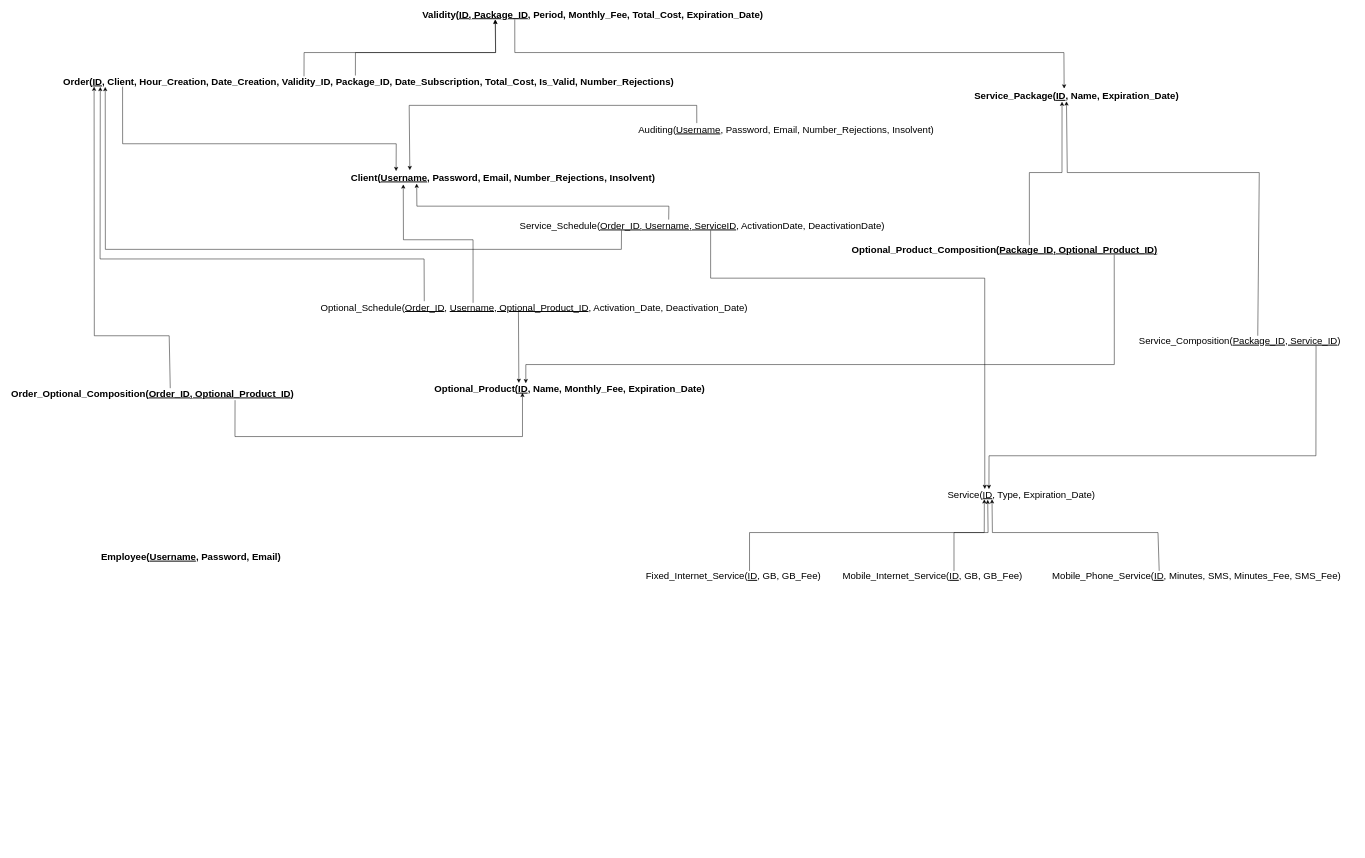
The draw.io diagram page "Logic" (3 of 9) of diagrams/Interaction_diagram.drawio in mark-2389/TelcoService_SC42, before the edit. Source tidied: cells renumbered, new cells numbered last; positions are measured from the earlier drawing's top-left corner, leaving out a move shared by most shapes. Both pictures are drawn from the tidied source at 48%, with x=0, y=0 at pixel (8, 9).
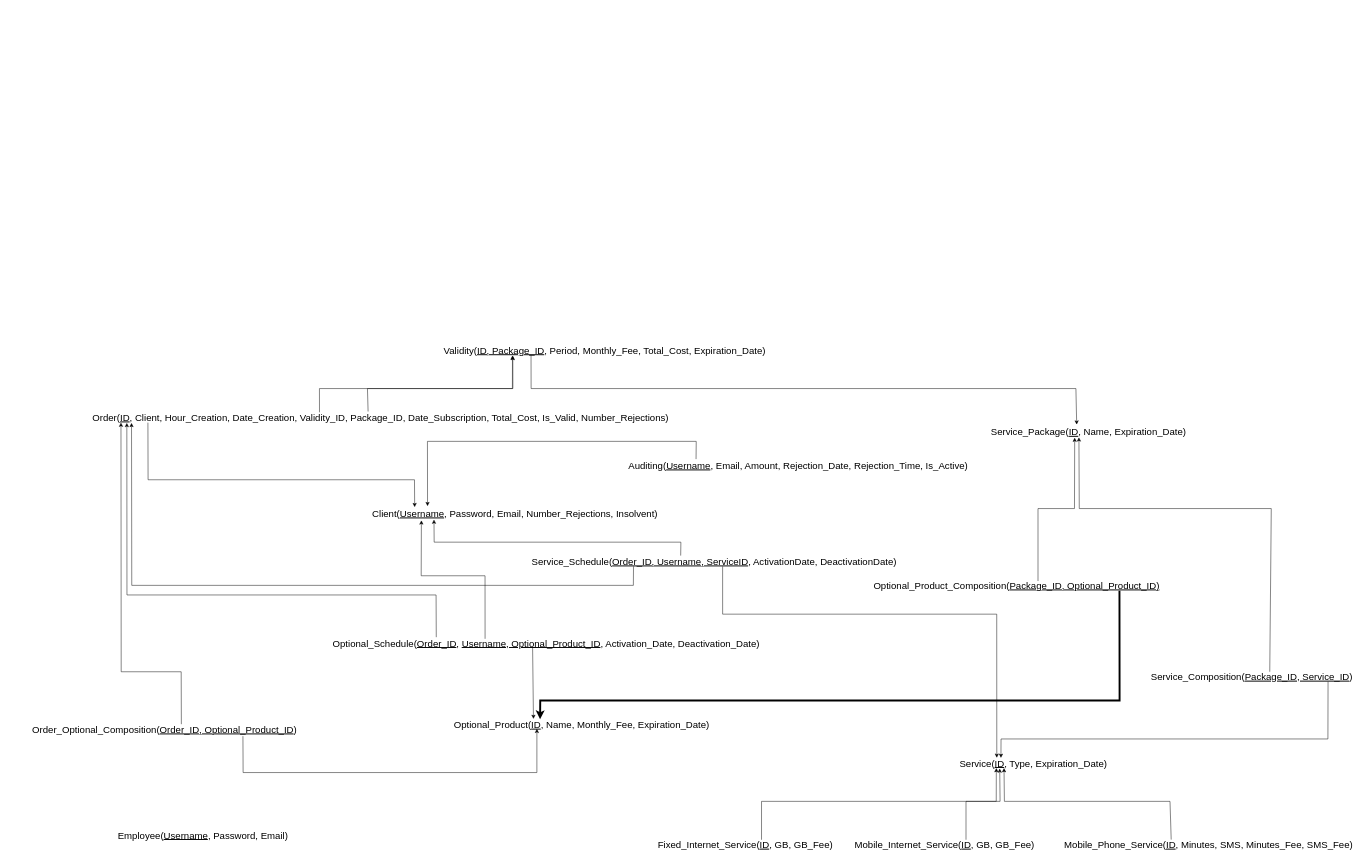
After the change.

Commit message (it also covers changes not shown here):
Fix errors in ER/Logic diagrams. Add page diagram for employee.

Change to the diagram source:
```diff
@@
-    <mxCell id="2" value="&lt;font style=&quot;font-size: 20px&quot;&gt;Client(&lt;u&gt;Username&lt;/u&gt;, Password, Email, Number_Rejections, Insolvent)&lt;/font&gt;" style="text;html=1;align=center;verticalAlign=middle;points=[];strokeColor=none;fillColor=none;fontStyle=1;" parent="1" vertex="1">
-      <mxGeometry x="705" y="340" width="650" height="20" as="geometry" />
+    <mxCell id="2" value="&lt;font style=&quot;font-size: 20px&quot;&gt;Client(&lt;u&gt;Username&lt;/u&gt;, Password, Email, Number_Rejections, Insolvent)&lt;/font&gt;" style="text;html=1;align=center;verticalAlign=middle;points=[];strokeColor=none;fillColor=none;fontStyle=0;" parent="1" vertex="1">
+      <mxGeometry x="750" y="1040" width="610" height="20" as="geometry" />
     </mxCell>
-    <mxCell id="3" value="&lt;font style=&quot;font-size: 20px&quot;&gt;Order(&lt;u&gt;ID&lt;/u&gt;, Client, Hour_Creation, Date_Creation, Validity_ID, Package_ID, Date_Subscription, Total_Cost, Is_Valid, Number_Rejections)&lt;/font&gt;" style="text;html=1;align=center;verticalAlign=middle;points=[];strokeColor=none;fillColor=none;fontStyle=1;" parent="1" vertex="1">
-      <mxGeometry x="105" y="140" width="1290" height="20" as="geometry" />
+    <mxCell id="3" value="&lt;font style=&quot;font-size: 20px&quot;&gt;Order(&lt;u&gt;ID&lt;/u&gt;, Client, Hour_Creation, Date_Creation, Validity_ID, Package_ID, Date_Subscription, Total_Cost, Is_Valid, Number_Rejections)&lt;/font&gt;" style="text;html=1;align=center;verticalAlign=middle;points=[];strokeColor=none;fillColor=none;fontStyle=0;" parent="1" vertex="1">
+      <mxGeometry x="165" y="840" width="1220" height="20" as="geometry" />
     </mxCell>
-    <mxCell id="4" value="&lt;font style=&quot;font-size: 20px&quot;&gt;Validity(&lt;u&gt;ID, Package_ID&lt;/u&gt;, Period, Monthly_Fee, Total_Cost, Expiration_Date)&lt;/font&gt;" style="text;html=1;align=center;verticalAlign=middle;points=[];strokeColor=none;fillColor=none;fontStyle=1;" parent="1" vertex="1">
-      <mxGeometry x="852" width="730" height="20" as="geometry" />
+    <mxCell id="4" value="&lt;font style=&quot;font-size: 20px&quot;&gt;Validity(&lt;u&gt;ID, Package_ID&lt;/u&gt;, Period, Monthly_Fee, Total_Cost, Expiration_Date)&lt;/font&gt;" style="text;html=1;align=center;verticalAlign=middle;points=[];strokeColor=none;fillColor=none;fontStyle=0;" parent="1" vertex="1">
+      <mxGeometry x="897" y="700" width="690" height="20" as="geometry" />
     </mxCell>
-    <mxCell id="5" value="&lt;div&gt;&lt;div&gt;&lt;div&gt;&lt;div style=&quot;text-align: left&quot;&gt;&lt;span style=&quot;font-size: 20px&quot;&gt;Service_Package(&lt;/span&gt;&lt;u style=&quot;font-size: 20px&quot;&gt;ID&lt;/u&gt;&lt;span style=&quot;font-size: 20px&quot;&gt;, Name&lt;/span&gt;&lt;span style=&quot;font-size: 20px ; text-align: center&quot;&gt;, Expiration_Date&lt;/span&gt;&lt;span style=&quot;font-size: 20px&quot;&gt;)&lt;/span&gt;&lt;/div&gt;&lt;/div&gt;&lt;/div&gt;&lt;/div&gt;" style="text;html=1;align=center;verticalAlign=middle;points=[];strokeColor=none;fillColor=none;fontStyle=1;" parent="1" vertex="1">
-      <mxGeometry x="2005" y="170" width="440" height="20" as="geometry" />
+    <mxCell id="5" value="&lt;div&gt;&lt;div&gt;&lt;div&gt;&lt;div style=&quot;text-align: left&quot;&gt;&lt;span style=&quot;font-size: 20px&quot;&gt;Service_Package(&lt;/span&gt;&lt;u style=&quot;font-size: 20px&quot;&gt;ID&lt;/u&gt;&lt;span style=&quot;font-size: 20px&quot;&gt;, Name&lt;/span&gt;&lt;span style=&quot;font-size: 20px ; text-align: center&quot;&gt;, Expiration_Date&lt;/span&gt;&lt;span style=&quot;font-size: 20px&quot;&gt;)&lt;/span&gt;&lt;/div&gt;&lt;/div&gt;&lt;/div&gt;&lt;/div&gt;" style="text;html=1;align=center;verticalAlign=middle;points=[];strokeColor=none;fillColor=none;fontStyle=0;" parent="1" vertex="1">
+      <mxGeometry x="2040" y="870" width="420" height="20" as="geometry" />
     </mxCell>
     <mxCell id="6" value="&lt;font style=&quot;font-size: 20px&quot;&gt;Service(&lt;u&gt;ID&lt;/u&gt;, Type, Expiration_Date)&lt;/font&gt;" style="text;html=1;align=center;verticalAlign=middle;points=[];strokeColor=none;fillColor=none;fontStyle=0;" parent="1" vertex="1">
-      <mxGeometry x="1950" y="1000" width="320" height="20" as="geometry" />
+      <mxGeometry x="1975" y="1560" width="320" height="20" as="geometry" />
     </mxCell>
     <mxCell id="7" value="&lt;font style=&quot;font-size: 20px ; font-weight: normal&quot;&gt;Mobile_Phone_Service(&lt;u&gt;ID&lt;/u&gt;, Minutes, SMS, Minutes_Fee, SMS_Fee)&lt;/font&gt;" style="text;html=1;align=center;verticalAlign=middle;points=[];strokeColor=none;fillColor=none;fontStyle=1;" parent="1" vertex="1">
-      <mxGeometry x="2165" y="1170" width="620" height="20" as="geometry" />
+      <mxGeometry x="2190" y="1730" width="620" height="20" as="geometry" />
     </mxCell>
-    <mxCell id="8" value="&lt;font style=&quot;font-size: 20px&quot;&gt;Optional_Product(&lt;u&gt;ID&lt;/u&gt;, Name, Monthly_Fee, Expiration_Date)&lt;/font&gt;" style="text;html=1;align=center;verticalAlign=middle;points=[];strokeColor=none;fillColor=none;fontStyle=1;" parent="1" vertex="1">
-      <mxGeometry x="879" y="780" width="580" height="20" as="geometry" />
+    <mxCell id="8" value="&lt;font style=&quot;font-size: 20px&quot;&gt;Optional_Product(&lt;u&gt;ID&lt;/u&gt;, Name, Monthly_Fee, Expiration_Date)&lt;/font&gt;" style="text;html=1;align=center;verticalAlign=middle;points=[];strokeColor=none;fillColor=none;fontStyle=0;" parent="1" vertex="1">
+      <mxGeometry x="919" y="1480" width="550" height="20" as="geometry" />
     </mxCell>
     <mxCell id="9" value="&lt;font style=&quot;font-size: 20px&quot;&gt;Service_Composition(&lt;u&gt;Package_ID, Service_ID&lt;/u&gt;)&lt;/font&gt;" style="text;html=1;align=center;verticalAlign=middle;points=[];strokeColor=none;fillColor=none;fontStyle=0;" parent="1" vertex="1">
-      <mxGeometry x="2345" y="680" width="440" height="20" as="geometry" />
+      <mxGeometry x="2370" y="1380" width="440" height="20" as="geometry" />
     </mxCell>
     <mxCell id="10" value="&lt;font style=&quot;font-size: 20px&quot;&gt;Optional_Schedule(&lt;u&gt;Order_ID&lt;/u&gt;,&amp;nbsp;&lt;u&gt;Username, Optional_Product_ID&lt;/u&gt;, Activation_Date, Deactivation_Date)&lt;/font&gt;" style="text;html=1;align=center;verticalAlign=middle;points=[];strokeColor=none;fillColor=none;" parent="1" vertex="1">
-      <mxGeometry x="645" y="610" width="900" height="20" as="geometry" />
+      <mxGeometry x="670" y="1310" width="900" height="20" as="geometry" />
     </mxCell>
-    <mxCell id="11" value="&lt;font style=&quot;font-size: 20px&quot;&gt;Auditing(&lt;u&gt;Username&lt;/u&gt;, Password, Email, Number_Rejections, Insolvent)&lt;/font&gt;" style="text;html=1;align=center;verticalAlign=middle;points=[];strokeColor=none;fillColor=none;" parent="1" vertex="1">
-      <mxGeometry x="1305" y="240" width="630" height="20" as="geometry" />
+    <mxCell id="11" value="&lt;font style=&quot;font-size: 20px&quot;&gt;Auditing(&lt;u&gt;Username&lt;/u&gt;, Email, Amount, Rejection_Date, Rejection_Time, Is_Active)&lt;/font&gt;" style="text;html=1;align=center;verticalAlign=middle;points=[];strokeColor=none;fillColor=none;" parent="1" vertex="1">
+      <mxGeometry x="1285" y="940" width="720" height="20" as="geometry" />
     </mxCell>
     <mxCell id="12" style="endArrow=classic;html=1;rounded=0;fontSize=20;entryX=0.158;entryY=-0.15;entryDx=0;entryDy=0;entryPerimeter=0;exitX=0.103;exitY=1.05;exitDx=0;exitDy=0;exitPerimeter=0;" parent="1" edge="1" source="3" target="2">
       <mxGeometry relative="1" as="geometry">
         <Array as="points">
-          <mxPoint x="238" y="280" />
-          <mxPoint x="808" y="280" />
+          <mxPoint x="291" y="980" />
+          <mxPoint x="846" y="980" />
         </Array>
       </mxGeometry>
     </mxCell>
     <mxCell id="13" style="endArrow=classic;html=1;rounded=0;fontSize=20;entryX=0.223;entryY=1.1;entryDx=0;entryDy=0;entryPerimeter=0;exitX=0.396;exitY=-0.025;exitDx=0;exitDy=0;exitPerimeter=0;" parent="1" edge="1" source="3" target="4">
       <mxGeometry relative="1" as="geometry">
         <Array as="points">
-          <mxPoint x="616" y="90" />
-          <mxPoint x="1015" y="90" />
+          <mxPoint x="648" y="790" />
+          <mxPoint x="1051" y="790" />
         </Array>
       </mxGeometry>
     </mxCell>
     <mxCell id="14" style="endArrow=classic;html=1;rounded=0;fontSize=20;entryX=0.442;entryY=-0.25;entryDx=0;entryDy=0;entryPerimeter=0;exitX=0.278;exitY=1.043;exitDx=0;exitDy=0;exitPerimeter=0;" parent="1" edge="1" source="4" target="5">
       <mxGeometry relative="1" as="geometry">
         <Array as="points">
-          <mxPoint x="1055" y="90" />
-          <mxPoint x="2199" y="90" />
+          <mxPoint x="1089" y="790" />
+          <mxPoint x="2224" y="790" />
         </Array>
       </mxGeometry>
     </mxCell>
     <mxCell id="15" value="&lt;font style=&quot;font-size: 20px&quot;&gt;Mobile_Internet_Service(&lt;u&gt;ID&lt;/u&gt;, GB, GB_Fee)&lt;/font&gt;" style="text;html=1;align=center;verticalAlign=middle;strokeColor=none;fillColor=none;fontStyle=0;" parent="1" vertex="1">
-      <mxGeometry x="1730" y="1170" width="390" height="20" as="geometry" />
+      <mxGeometry x="1755" y="1730" width="390" height="20" as="geometry" />
     </mxCell>
     <mxCell id="16" style="endArrow=classic;html=1;rounded=0;fontSize=20;entryX=0.282;entryY=1.083;entryDx=0;entryDy=0;entryPerimeter=0;" parent="1" edge="1" target="6">
       <mxGeometry relative="1" as="geometry">
-        <mxPoint x="1970" y="1170" as="sourcePoint" />
+        <mxPoint x="1995" y="1730" as="sourcePoint" />
         <Array as="points">
-          <mxPoint x="1970" y="1090" />
-          <mxPoint x="2041" y="1090" />
+          <mxPoint x="1995" y="1650" />
+          <mxPoint x="2066" y="1650" />
         </Array>
       </mxGeometry>
     </mxCell>
     <mxCell id="17" style="endArrow=classic;html=1;rounded=0;fontSize=20;exitX=0.375;exitY=-0.017;exitDx=0;exitDy=0;exitPerimeter=0;entryX=0.31;entryY=1.033;entryDx=0;entryDy=0;entryPerimeter=0;" parent="1" edge="1" source="7" target="6">
       <mxGeometry relative="1" as="geometry">
         <Array as="points">
-          <mxPoint x="2395" y="1090" />
-          <mxPoint x="2050" y="1090" />
+          <mxPoint x="2420" y="1650" />
+          <mxPoint x="2075" y="1650" />
         </Array>
       </mxGeometry>
     </mxCell>
     <mxCell id="18" style="endArrow=classic;html=1;rounded=0;fontSize=12;exitX=0.586;exitY=0;exitDx=0;exitDy=0;exitPerimeter=0;entryX=0.453;entryY=1.083;entryDx=0;entryDy=0;entryPerimeter=0;" parent="1" edge="1" source="9" target="5">
       <mxGeometry relative="1" as="geometry">
         <Array as="points">
-          <mxPoint x="2606" y="340" />
-          <mxPoint x="2206" y="340" />
+          <mxPoint x="2631" y="1040" />
+          <mxPoint x="2231" y="1040" />
         </Array>
       </mxGeometry>
     </mxCell>
     <mxCell id="19" style="endArrow=classic;html=1;rounded=0;fontSize=12;exitX=0.862;exitY=1.033;exitDx=0;exitDy=0;exitPerimeter=0;entryX=0.29;entryY=-0.029;entryDx=0;entryDy=0;entryPerimeter=0;" parent="1" edge="1" source="9" target="6">
       <mxGeometry relative="1" as="geometry">
         <Array as="points">
-          <mxPoint x="2724" y="930" />
-          <mxPoint x="2043" y="930" />
+          <mxPoint x="2749" y="1520" />
+          <mxPoint x="2068" y="1520" />
         </Array>
       </mxGeometry>
     </mxCell>
-    <mxCell id="20" style="endArrow=classic;html=1;rounded=0;fontSize=12;exitX=0.852;exitY=1.05;exitDx=0;exitDy=0;exitPerimeter=0;entryX=0.343;entryY=-0.057;entryDx=0;entryDy=0;entryPerimeter=0;" parent="1" edge="1" source="21" target="8">
+    <mxCell id="20" style="endArrow=classic;html=1;rounded=0;fontSize=12;exitX=0.852;exitY=1.05;exitDx=0;exitDy=0;exitPerimeter=0;entryX=0.343;entryY=-0.057;entryDx=0;entryDy=0;entryPerimeter=0;fontStyle=1;strokeWidth=4;" parent="1" edge="1" source="21" target="8">
       <mxGeometry relative="1" as="geometry">
         <Array as="points">
-          <mxPoint x="2304" y="740" />
-          <mxPoint x="1078" y="740" />
+          <mxPoint x="2315" y="1440" />
+          <mxPoint x="1108" y="1440" />
         </Array>
       </mxGeometry>
     </mxCell>
-    <mxCell id="21" value="&lt;font style=&quot;font-size: 20px&quot;&gt;Optional_Product_Composition(&lt;u&gt;Package_ID, Optional_Product_ID)&lt;/u&gt;&lt;/font&gt;" style="text;html=1;align=center;verticalAlign=middle;points=[];strokeColor=none;fillColor=none;fontStyle=1;" parent="1" vertex="1">
-      <mxGeometry x="1750" y="490" width="650" height="20" as="geometry" />
+    <mxCell id="21" value="&lt;font style=&quot;font-size: 20px&quot;&gt;Optional_Product_Composition(&lt;u&gt;Package_ID, Optional_Product_ID)&lt;/u&gt;&lt;/font&gt;" style="text;html=1;align=center;verticalAlign=middle;points=[];strokeColor=none;fillColor=none;fontStyle=0;" parent="1" vertex="1">
+      <mxGeometry x="1795" y="1190" width="610" height="20" as="geometry" />
     </mxCell>
-    <mxCell id="22" style="endArrow=classic;html=1;rounded=0;fontSize=12;exitX=0.58;exitY=0.064;exitDx=0;exitDy=0;exitPerimeter=0;entryX=0.432;entryY=1.117;entryDx=0;entryDy=0;entryPerimeter=0;" parent="1" edge="1" source="21" target="5">
+    <mxCell id="22" style="endArrow=classic;html=1;rounded=0;fontSize=12;entryX=0.432;entryY=1.117;entryDx=0;entryDy=0;entryPerimeter=0;" parent="1" edge="1" target="5">
       <mxGeometry relative="1" as="geometry">
+        <mxPoint x="2145" y="1191" as="sourcePoint" />
         <Array as="points">
-          <mxPoint x="2127" y="340" />
-          <mxPoint x="2195" y="340" />
+          <mxPoint x="2145" y="1040" />
+          <mxPoint x="2221" y="1040" />
         </Array>
       </mxGeometry>
     </mxCell>
-    <mxCell id="23" value="&lt;font style=&quot;font-size: 20px&quot;&gt;Order_Optional_Composition(&lt;u&gt;Order_ID, Optional_Product_ID&lt;/u&gt;)&lt;/font&gt;" style="text;html=1;align=center;verticalAlign=middle;points=[];strokeColor=none;fillColor=none;fontStyle=1;" parent="1" vertex="1">
-      <mxGeometry y="790" width="600" height="20" as="geometry" />
+    <mxCell id="23" value="&lt;font style=&quot;font-size: 20px&quot;&gt;Order_Optional_Composition(&lt;u&gt;Order_ID, Optional_Product_ID&lt;/u&gt;)&lt;/font&gt;" style="text;html=1;align=center;verticalAlign=middle;points=[];strokeColor=none;fillColor=none;fontStyle=0;" parent="1" vertex="1">
+      <mxGeometry x="40" y="1490" width="570" height="20" as="geometry" />
     </mxCell>
     <mxCell id="24" style="endArrow=classic;html=1;rounded=0;fontSize=12;exitX=0.562;exitY=-0.04;exitDx=0;exitDy=0;exitPerimeter=0;entryX=0.057;entryY=1.05;entryDx=0;entryDy=0;entryPerimeter=0;" parent="1" edge="1" source="23" target="3">
       <mxGeometry relative="1" as="geometry">
         <Array as="points">
-          <mxPoint x="335" y="680" />
-          <mxPoint x="179" y="680" />
+          <mxPoint x="360" y="1380" />
+          <mxPoint x="235" y="1380" />
         </Array>
       </mxGeometry>
     </mxCell>
     <mxCell id="25" style="endArrow=classic;html=1;rounded=0;fontSize=12;exitX=0.787;exitY=1.207;exitDx=0;exitDy=0;exitPerimeter=0;entryX=0.331;entryY=0.943;entryDx=0;entryDy=0;entryPerimeter=0;" parent="1" edge="1" source="23" target="8">
       <mxGeometry relative="1" as="geometry">
         <Array as="points">
-          <mxPoint x="472" y="890" />
-          <mxPoint x="1071" y="890" />
+          <mxPoint x="489" y="1590" />
+          <mxPoint x="1101" y="1590" />
         </Array>
       </mxGeometry>
     </mxCell>
     <mxCell id="26" style="endArrow=classic;html=1;rounded=0;fontSize=12;entryX=0.181;entryY=1.233;entryDx=0;entryDy=0;entryPerimeter=0;exitX=0.359;exitY=0.067;exitDx=0;exitDy=0;exitPerimeter=0;" parent="1" edge="1" source="10" target="2">
       <mxGeometry relative="1" as="geometry">
         <Array as="points">
-          <mxPoint x="968" y="480" />
-          <mxPoint x="823" y="480" />
+          <mxPoint x="993" y="1180" />
+          <mxPoint x="860" y="1180" />
         </Array>
       </mxGeometry>
     </mxCell>
-    <mxCell id="27" style="endArrow=classic;html=1;rounded=0;fontSize=12;exitX=0.464;exitY=1.029;exitDx=0;exitDy=0;exitPerimeter=0;entryX=0.318;entryY=-0.091;entryDx=0;entryDy=0;entryPerimeter=0;" parent="1" edge="1" source="10" target="8">
+    <mxCell id="27" style="endArrow=classic;html=1;rounded=0;fontSize=12;exitX=0.469;exitY=0.986;exitDx=0;exitDy=0;exitPerimeter=0;entryX=0.318;entryY=-0.091;entryDx=0;entryDy=0;entryPerimeter=0;" parent="1" edge="1" source="10" target="8">
       <mxGeometry relative="1" as="geometry" />
     </mxCell>
     <mxCell id="28" value="&lt;font style=&quot;font-size: 20px&quot;&gt;Service_Schedule(&lt;u&gt;Order_ID, Username, ServiceID&lt;/u&gt;, ActivationDate, DeactivationDate)&lt;/font&gt;" style="text;html=1;align=center;verticalAlign=middle;points=[];strokeColor=none;fillColor=none;" parent="1" vertex="1">
-      <mxGeometry x="1055" y="440" width="780" height="20" as="geometry" />
+      <mxGeometry x="1080" y="1140" width="780" height="20" as="geometry" />
     </mxCell>
     <mxCell id="29" style="endArrow=classic;html=1;rounded=0;fontSize=12;exitX=0.411;exitY=-0.1;exitDx=0;exitDy=0;exitPerimeter=0;entryX=0.224;entryY=1.15;entryDx=0;entryDy=0;entryPerimeter=0;" parent="1" edge="1" source="28" target="2">
       <mxGeometry relative="1" as="geometry">
         <Array as="points">
-          <mxPoint x="1376" y="410" />
-          <mxPoint x="851" y="410" />
+          <mxPoint x="1401" y="1110" />
+          <mxPoint x="887" y="1110" />
         </Array>
       </mxGeometry>
     </mxCell>
     <mxCell id="30" style="endArrow=classic;html=1;rounded=0;fontSize=12;exitX=0.523;exitY=1.025;exitDx=0;exitDy=0;exitPerimeter=0;entryX=0.263;entryY=-0.043;entryDx=0;entryDy=0;entryPerimeter=0;" parent="1" edge="1" source="28" target="6">
       <mxGeometry relative="1" as="geometry">
         <Array as="points">
-          <mxPoint x="1463" y="560" />
-          <mxPoint x="2034" y="560" />
+          <mxPoint x="1488" y="1260" />
+          <mxPoint x="2059" y="1260" />
         </Array>
       </mxGeometry>
     </mxCell>
-    <mxCell id="31" value="&lt;font style=&quot;font-size: 20px&quot;&gt;Employee(&lt;u&gt;Username&lt;/u&gt;, Password, Email)&lt;/font&gt;" style="text;html=1;align=center;verticalAlign=middle;strokeColor=none;fillColor=none;fontStyle=1;" parent="1" vertex="1">
-      <mxGeometry x="185" y="1130" width="390" height="20" as="geometry" />
+    <mxCell id="31" value="&lt;font style=&quot;font-size: 20px&quot;&gt;Employee(&lt;u&gt;Username&lt;/u&gt;, Password, Email)&lt;/font&gt;" style="text;html=1;align=center;verticalAlign=middle;strokeColor=none;fillColor=none;fontStyle=0;" parent="1" vertex="1">
+      <mxGeometry x="220" y="1710" width="370" height="20" as="geometry" />
     </mxCell>
     <mxCell id="32" value="&lt;font style=&quot;font-size: 20px&quot;&gt;Fixed_Internet_Service(&lt;u&gt;ID&lt;/u&gt;, GB, GB_Fee)&lt;/font&gt;" style="text;html=1;align=center;verticalAlign=middle;strokeColor=none;fillColor=none;fontStyle=0;" parent="1" vertex="1">
-      <mxGeometry x="1320" y="1170" width="380" height="20" as="geometry" />
+      <mxGeometry x="1345" y="1730" width="380" height="20" as="geometry" />
     </mxCell>
     <mxCell id="33" style="endArrow=classic;html=1;rounded=0;fontSize=20;entryX=0.222;entryY=1.058;entryDx=0;entryDy=0;entryPerimeter=0;exitX=0.479;exitY=-0.108;exitDx=0;exitDy=0;exitPerimeter=0;" parent="1" edge="1" source="3" target="4">
       <mxGeometry relative="1" as="geometry">
         <Array as="points">
-          <mxPoint x="723" y="90" />
-          <mxPoint x="1015" y="90" />
+          <mxPoint x="748" y="790" />
+          <mxPoint x="1050" y="790" />
         </Array>
       </mxGeometry>
     </mxCell>
     <mxCell id="34" style="endArrow=classic;html=1;rounded=0;fontSize=20;entryX=0.26;entryY=1.033;entryDx=0;entryDy=0;entryPerimeter=0;" parent="1" edge="1" target="6">
       <mxGeometry relative="1" as="geometry">
-        <mxPoint x="1544" y="1170" as="sourcePoint" />
+        <mxPoint x="1569" y="1730" as="sourcePoint" />
         <Array as="points">
-          <mxPoint x="1544" y="1090" />
-          <mxPoint x="2033" y="1090" />
+          <mxPoint x="1569" y="1650" />
+          <mxPoint x="2058" y="1650" />
         </Array>
       </mxGeometry>
     </mxCell>
     <mxCell id="35" style="endArrow=classic;html=1;rounded=0;fontSize=12;exitX=0.246;exitY=-0.1;exitDx=0;exitDy=0;exitPerimeter=0;entryX=0.067;entryY=1.083;entryDx=0;entryDy=0;entryPerimeter=0;" parent="1" edge="1" source="10" target="3">
       <mxGeometry relative="1" as="geometry">
         <Array as="points">
-          <mxPoint x="866" y="520" />
-          <mxPoint x="191" y="520" />
+          <mxPoint x="891" y="1220" />
+          <mxPoint x="247" y="1220" />
         </Array>
       </mxGeometry>
     </mxCell>
     <mxCell id="36" style="endArrow=classic;html=1;rounded=0;fontSize=12;exitX=0.285;exitY=1.024;exitDx=0;exitDy=0;exitPerimeter=0;entryX=0.075;entryY=1.082;entryDx=0;entryDy=0;entryPerimeter=0;" parent="1" edge="1" source="28" target="3">
       <mxGeometry relative="1" as="geometry">
         <Array as="points">
-          <mxPoint x="1277" y="500" />
-          <mxPoint x="202" y="500" />
+          <mxPoint x="1302" y="1200" />
+          <mxPoint x="257" y="1200" />
         </Array>
       </mxGeometry>
     </mxCell>
     <mxCell id="37" style="endArrow=none;html=1;rounded=0;fontSize=20;entryX=0.205;entryY=-0.15;entryDx=0;entryDy=0;entryPerimeter=0;exitX=0.202;exitY=-0.25;exitDx=0;exitDy=0;exitPerimeter=0;endFill=0;startArrow=classic;startFill=1;" parent="1" edge="1" source="2" target="11">
       <mxGeometry relative="1" as="geometry">
         <Array as="points">
-          <mxPoint x="835" y="200" />
-          <mxPoint x="1434" y="200" />
+          <mxPoint x="873" y="900" />
+          <mxPoint x="1433" y="900" />
         </Array>
       </mxGeometry>
     </mxCell>
```
